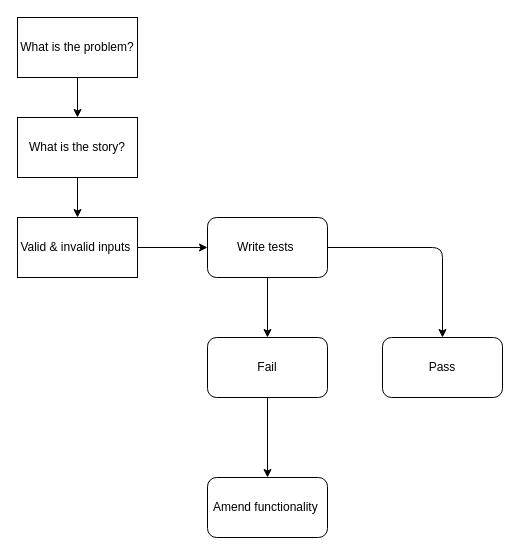
Above: plan.drawio in SchoolOfCode/bc16-w6-hackathon-make-a-codewars-challenge-Abida64 (draw.io), before the change. Source tidied: cells renumbered, new cells numbered last; positions are measured from the earlier drawing's top-left corner, leaving out a move shared by most shapes. Both pictures are drawn from the tidied source at 100%, with x=0, y=0 at pixel (17, 17).
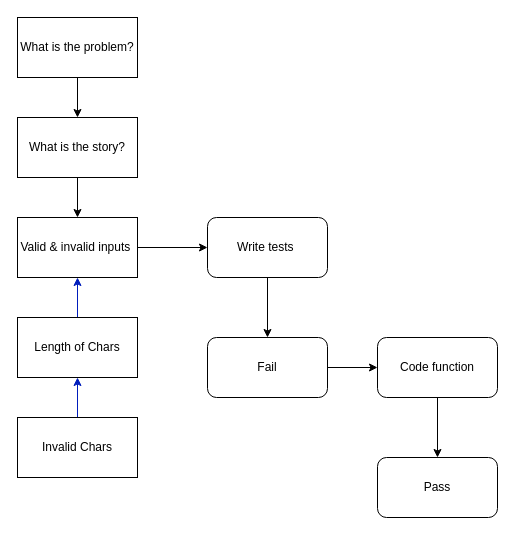
The same diagram, later.

The edit, as a diff of the source:
```diff
@@
 <mxGraphModel>
   <root>
     <mxCell id="0" />
     <mxCell id="1" parent="0" />
     <mxCell id="2" style="edgeStyle=none;html=1;" parent="1" edge="1" source="3" target="5">
       <mxGeometry relative="1" as="geometry" />
     </mxCell>
     <mxCell id="3" value="What is the problem?" style="rounded=0;whiteSpace=wrap;html=1;" parent="1" vertex="1">
       <mxGeometry width="120" height="60" as="geometry" />
     </mxCell>
     <mxCell id="4" style="edgeStyle=none;html=1;" parent="1" edge="1" source="5" target="10">
       <mxGeometry relative="1" as="geometry" />
     </mxCell>
     <mxCell id="5" value="What is the story?" style="rounded=0;whiteSpace=wrap;html=1;" parent="1" vertex="1">
       <mxGeometry y="100" width="120" height="60" as="geometry" />
     </mxCell>
     <mxCell id="6" style="edgeStyle=none;html=1;" parent="1" edge="1" source="7" target="13">
       <mxGeometry relative="1" as="geometry" />
     </mxCell>
     <mxCell id="7" value="Write tests&amp;nbsp;" style="rounded=1;whiteSpace=wrap;html=1;" parent="1" vertex="1">
       <mxGeometry x="190" y="200" width="120" height="60" as="geometry" />
     </mxCell>
     <mxCell id="8" value="Pass" style="rounded=1;whiteSpace=wrap;html=1;" parent="1" vertex="1">
-      <mxGeometry x="365" y="320" width="120" height="60" as="geometry" />
+      <mxGeometry x="360" y="440" width="120" height="60" as="geometry" />
     </mxCell>
     <mxCell id="9" style="edgeStyle=none;html=1;" parent="1" edge="1" source="10" target="7">
       <mxGeometry relative="1" as="geometry" />
     </mxCell>
     <mxCell id="10" value="Valid &amp;amp; invalid inputs&amp;nbsp;" style="rounded=0;whiteSpace=wrap;html=1;" parent="1" vertex="1">
       <mxGeometry y="200" width="120" height="60" as="geometry" />
     </mxCell>
-    <mxCell id="11" style="endArrow=classic;html=1;exitX=1;exitY=0.5;exitDx=0;exitDy=0;entryX=0.5;entryY=0;entryDx=0;entryDy=0;" parent="1" edge="1" source="7" target="8">
-      <mxGeometry relative="1" as="geometry">
-        <Array as="points">
-          <mxPoint x="425" y="230" />
-        </Array>
-      </mxGeometry>
-    </mxCell>
     <mxCell id="12" style="edgeStyle=none;html=1;" parent="1" edge="1" source="13" target="14">
       <mxGeometry relative="1" as="geometry" />
     </mxCell>
     <mxCell id="13" value="Fail" style="rounded=1;whiteSpace=wrap;html=1;" parent="1" vertex="1">
       <mxGeometry x="190" y="320" width="120" height="60" as="geometry" />
     </mxCell>
+    <mxCell id="15" style="edgeStyle=none;html=1;" parent="1" edge="1" source="14" target="8">
+      <mxGeometry relative="1" as="geometry" />
+    </mxCell>
-    <mxCell id="14" value="Amend functionality&amp;nbsp;" style="whiteSpace=wrap;html=1;rounded=1;" parent="1" vertex="1">
-      <mxGeometry x="190" y="460" width="120" height="60" as="geometry" />
+    <mxCell id="14" value="Code function" style="whiteSpace=wrap;html=1;rounded=1;" parent="1" vertex="1">
+      <mxGeometry x="360" y="320" width="120" height="60" as="geometry" />
     </mxCell>
+    <mxCell id="16" style="edgeStyle=none;html=1;fillColor=#0050ef;strokeColor=#001DBC;" parent="1" edge="1" source="17" target="10">
+      <mxGeometry relative="1" as="geometry" />
+    </mxCell>
+    <mxCell id="17" value="Length of Chars" style="rounded=0;whiteSpace=wrap;html=1;" parent="1" vertex="1">
+      <mxGeometry y="300" width="120" height="60" as="geometry" />
+    </mxCell>
+    <mxCell id="18" style="edgeStyle=none;html=1;fillColor=#0050ef;strokeColor=#001DBC;" parent="1" edge="1" source="19" target="17">
+      <mxGeometry relative="1" as="geometry" />
+    </mxCell>
+    <mxCell id="19" value="Invalid Chars" style="rounded=0;whiteSpace=wrap;html=1;" parent="1" vertex="1">
+      <mxGeometry y="400" width="120" height="60" as="geometry" />
+    </mxCell>
   </root>
 </mxGraphModel>
```
